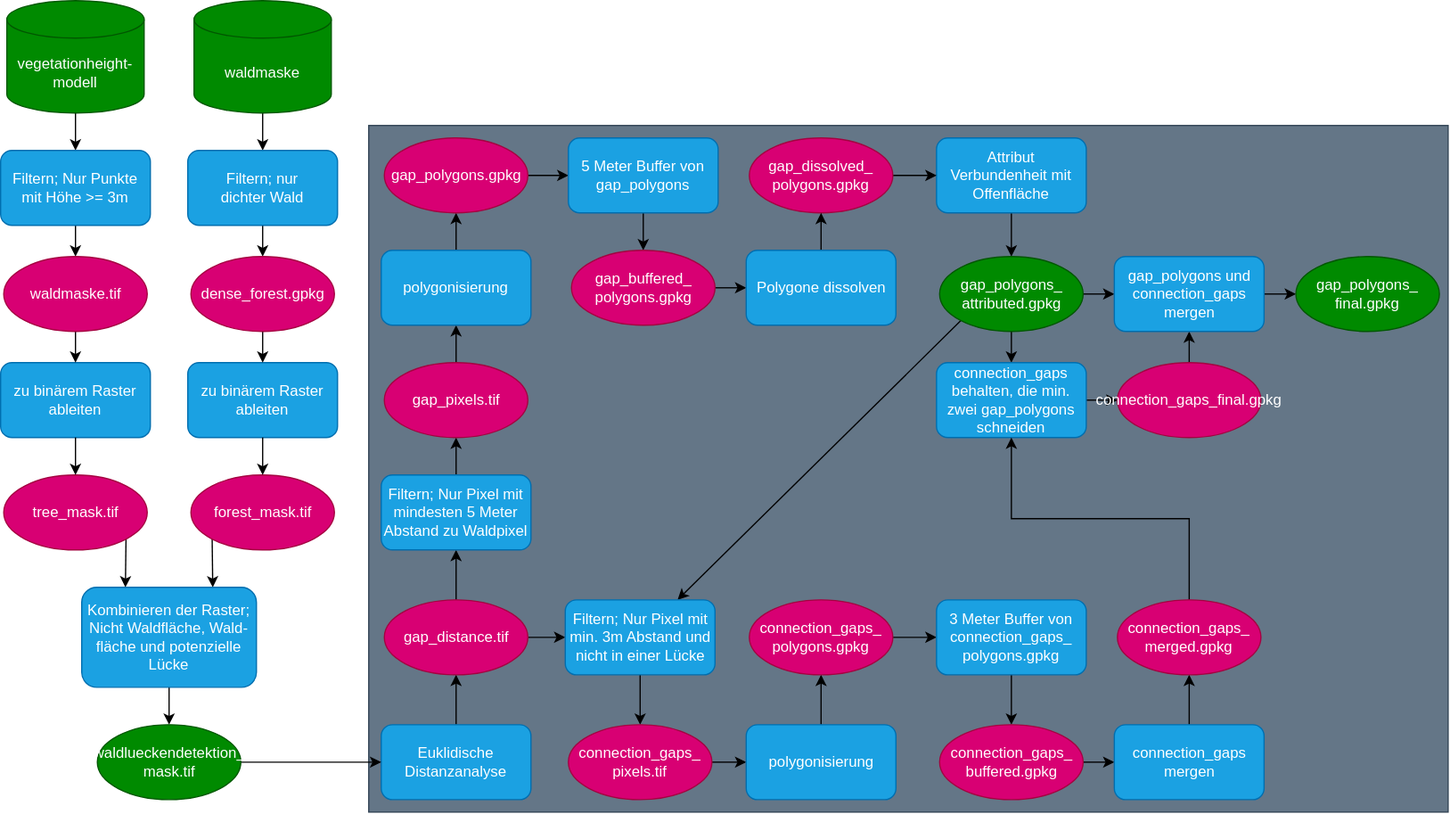
Before: Lueckendetektion_scripts.drawio.svg, a diagram exported from draw.io (liobio72/Lueckendetektion). Source tidied: cells renumbered, new cells last; positions are measured from the earlier drawing's top-left corner, leaving out a move shared by most shapes.
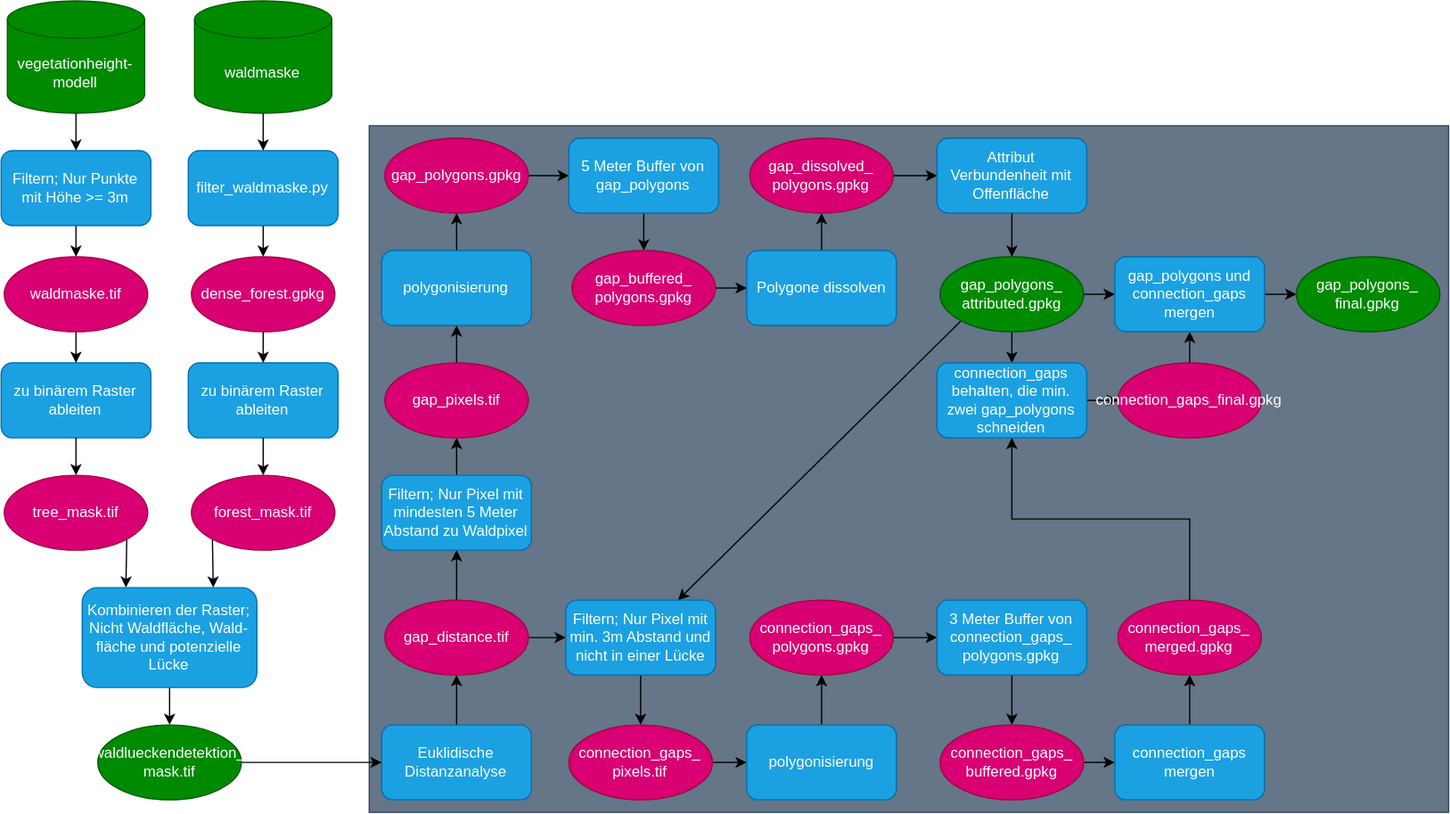
After the commit.

The edit, as a diff of the source:
```diff
@@ -38,7 +38,7 @@
     <mxCell id="13" style="edgeStyle=orthogonalEdgeStyle;rounded=0;jettySize=auto;html=1;exitX=0.5;exitY=1;exitDx=0;exitDy=0;entryX=0.5;entryY=0;entryDx=0;entryDy=0;" parent="1" edge="1" source="14" target="80">
       <mxGeometry relative="1" as="geometry" />
     </mxCell>
-    <mxCell id="14" value="Filtern; nur&lt;div&gt;dichter Wald&lt;/div&gt;" style="rounded=1;whiteSpace=wrap;html=1;fillColor=#1ba1e2;fontColor=#ffffff;strokeColor=#006EAF;" parent="1" vertex="1">
+    <mxCell id="14" value="filter_waldmaske.py" style="rounded=1;whiteSpace=wrap;html=1;fillColor=#1ba1e2;fontColor=#ffffff;strokeColor=#006EAF;" parent="1" vertex="1">
       <mxGeometry x="500" y="120" width="120" height="60" as="geometry" />
     </mxCell>
     <mxCell id="15" value="zu binärem Raster&lt;div&gt;ableiten&lt;/div&gt;" style="rounded=1;whiteSpace=wrap;html=1;fillColor=#1ba1e2;fontColor=#ffffff;strokeColor=#006EAF;" parent="1" vertex="1">
@@ -146,22 +146,22 @@
     <mxCell id="49" value="gap_polygons_&lt;div&gt;&lt;span style=&quot;background-color: transparent; color: light-dark(rgb(255, 255, 255), rgb(18, 18, 18));&quot;&gt;attributed.gpkg&lt;/span&gt;&lt;/div&gt;" style="ellipse;whiteSpace=wrap;html=1;fillColor=#008a00;fontColor=#ffffff;strokeColor=#005700;" parent="1" vertex="1">
       <mxGeometry x="1102.5" y="205" width="115" height="60" as="geometry" />
     </mxCell>
-    <mxCell id="50" style="edgeStyle=orthogonalEdgeStyle;rounded=0;jettySize=auto;html=1;exitX=0;exitY=0.5;exitDx=0;exitDy=0;entryX=1;entryY=0.5;entryDx=0;entryDy=0;" parent="1" edge="1" target="x">
+    <mxCell id="50" style="edgeStyle=orthogonalEdgeStyle;rounded=0;orthogonalLoop=1;jettySize=auto;html=1;exitX=0;exitY=0.5;exitDx=0;exitDy=0;entryX=1;entryY=0.5;entryDx=0;entryDy=0;" parent="1" edge="1">
       <mxGeometry relative="1" as="geometry">
         <mxPoint x="260" y="610" as="sourcePoint" />
       </mxGeometry>
     </mxCell>
-    <mxCell id="51" style="edgeStyle=orthogonalEdgeStyle;rounded=0;jettySize=auto;html=1;exitX=0;exitY=0.5;exitDx=0;exitDy=0;entryX=1;entryY=0.5;entryDx=0;entryDy=0;" parent="1" edge="1" source="x">
+    <mxCell id="51" style="edgeStyle=orthogonalEdgeStyle;rounded=0;orthogonalLoop=1;jettySize=auto;html=1;exitX=0;exitY=0.5;exitDx=0;exitDy=0;entryX=1;entryY=0.5;entryDx=0;entryDy=0;" parent="1" edge="1">
       <mxGeometry relative="1" as="geometry">
         <mxPoint x="62.5" y="610" as="targetPoint" />
       </mxGeometry>
     </mxCell>
-    <mxCell id="52" style="edgeStyle=orthogonalEdgeStyle;rounded=0;jettySize=auto;html=1;exitX=0.5;exitY=1;exitDx=0;exitDy=0;entryX=0.5;entryY=0;entryDx=0;entryDy=0;" parent="1" edge="1" source="x">
+    <mxCell id="52" style="edgeStyle=orthogonalEdgeStyle;rounded=0;orthogonalLoop=1;jettySize=auto;html=1;exitX=0.5;exitY=1;exitDx=0;exitDy=0;entryX=0.5;entryY=0;entryDx=0;entryDy=0;" parent="1" edge="1">
       <mxGeometry relative="1" as="geometry">
         <mxPoint y="670" as="targetPoint" />
       </mxGeometry>
     </mxCell>
-    <mxCell id="53" style="edgeStyle=orthogonalEdgeStyle;rounded=0;jettySize=auto;html=1;exitX=1;exitY=0.5;exitDx=0;exitDy=0;entryX=0;entryY=0.5;entryDx=0;entryDy=0;" parent="1" edge="1" source="x">
+    <mxCell id="53" style="edgeStyle=orthogonalEdgeStyle;rounded=0;orthogonalLoop=1;jettySize=auto;html=1;exitX=1;exitY=0.5;exitDx=0;exitDy=0;entryX=0;entryY=0.5;entryDx=0;entryDy=0;" parent="1" edge="1">
       <mxGeometry relative="1" as="geometry">
         <mxPoint x="80" y="700" as="targetPoint" />
       </mxGeometry>
```
